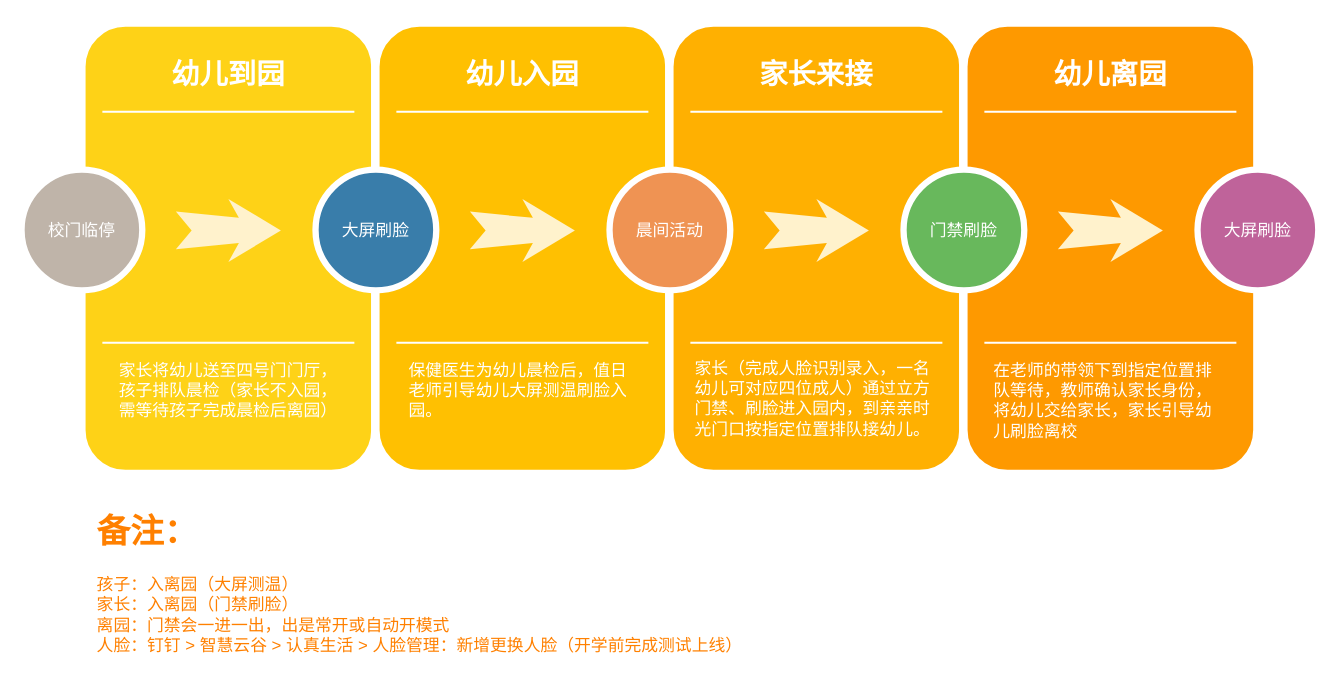
Above: 云谷园区入离园方案.drawio in tidusxujun/chemao (draw.io), before the change. Source tidied: cells renumbered, new cells numbered last; positions are measured from the earlier drawing's top-left corner, leaving out a move shared by most shapes. Both pictures are drawn from the tidied source at 105%, with x=0, y=0 at pixel (21, 22).
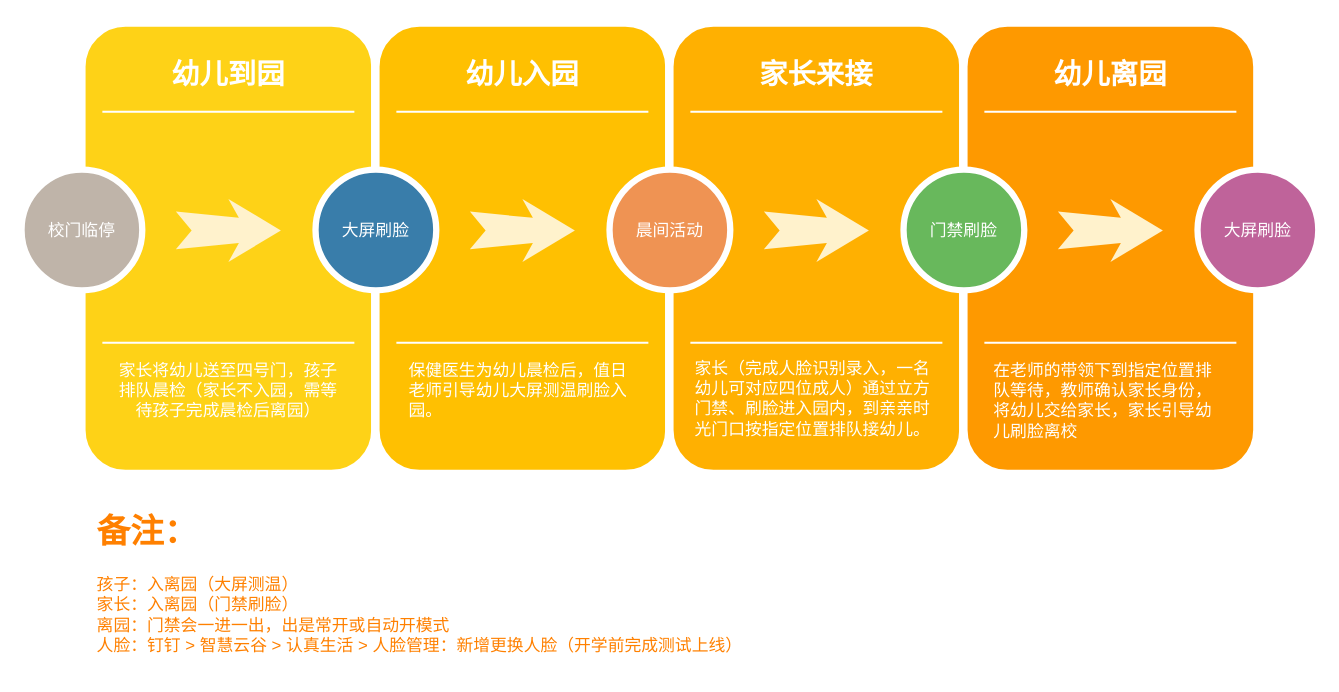
Above is the later version.

Commit message:
更新云谷园区入离园方案.drawio

What changed in the source:
```diff
@@
-    <mxCell id="10" value="家长将幼儿送至四号门门厅，孩子排队晨检（家长不入园，需等待孩子完成晨检后离园）" style="text;html=1;strokeColor=none;fillColor=none;align=center;verticalAlign=top;whiteSpace=wrap;rounded=0;shadow=0;fontSize=16;fontColor=#FFFFFF;" parent="1" vertex="1">
+    <mxCell id="10" value="家长将幼儿送至四号门，孩子排队晨检（家长不入园，需等待孩子完成晨检后离园）" style="text;html=1;strokeColor=none;fillColor=none;align=center;verticalAlign=top;whiteSpace=wrap;rounded=0;shadow=0;fontSize=16;fontColor=#FFFFFF;" parent="1" vertex="1">
       <mxGeometry x="85" y="315" width="224" height="90" as="geometry" />
     </mxCell>
```
